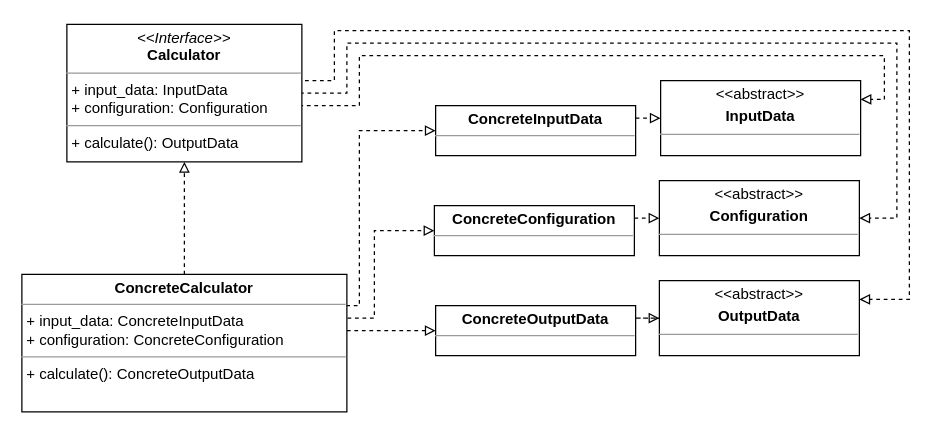
Before: page "Страница 2" (2 of 2) of master/sources/diploma/architecture/diagrams/math/classes.drawio in stalker-fc/diploma, a draw.io diagram. Source tidied: cells renumbered, new cells numbered last; positions are measured from the earlier drawing's top-left corner, leaving out a move shared by most shapes. Both pictures are drawn from the tidied source at 125%, with x=0, y=0 at pixel (21, 24).
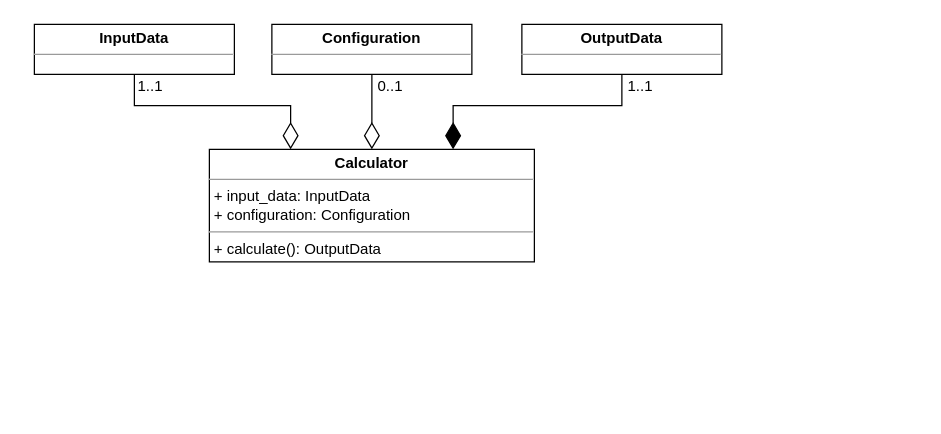
Above is the later version.

Commit message (it also covers changes not shown here):
update diagrams for architecture

The edit, as a diff of the source:
```diff
@@
-    <mxCell id="2" style="edgeStyle=orthogonalEdgeStyle;rounded=0;jettySize=auto;html=1;exitX=1;exitY=0.25;exitDx=0;exitDy=0;entryX=0;entryY=0.5;entryDx=0;entryDy=0;dashed=1;endArrow=block;endFill=0;" parent="1" edge="1" source="3" target="8">
-      <mxGeometry relative="1" as="geometry" />
-    </mxCell>
+    <mxCell id="20" style="edgeStyle=orthogonalEdgeStyle;rounded=0;jettySize=auto;html=1;exitX=0.5;exitY=1;exitDx=0;exitDy=0;entryX=0.25;entryY=0;entryDx=0;entryDy=0;endArrow=diamondThin;endFill=0;endSize=19;" parent="1" edge="1" source="3" target="13">
+      <mxGeometry relative="1" as="geometry" />
+    </mxCell>
-    <mxCell id="3" value="&lt;p style=&quot;margin: 0px ; margin-top: 4px ; text-align: center&quot;&gt;&lt;b&gt;ConcreteInputData&lt;/b&gt;&lt;br&gt;&lt;/p&gt;&lt;hr size=&quot;1&quot;&gt;&lt;p style=&quot;margin: 0px ; margin-left: 4px&quot;&gt;&lt;br&gt;&lt;/p&gt;" style="verticalAlign=top;align=left;overflow=fill;fontSize=12;fontFamily=Helvetica;html=1;rounded=0;shadow=0;comic=0;labelBackgroundColor=none;strokeWidth=1;" parent="1" vertex="1">
-      <mxGeometry x="331" y="65" width="160" height="40" as="geometry" />
+    <mxCell id="3" value="&lt;p style=&quot;margin: 0px ; margin-top: 4px ; text-align: center&quot;&gt;&lt;b&gt;InputData&lt;/b&gt;&lt;br&gt;&lt;/p&gt;&lt;hr size=&quot;1&quot;&gt;&lt;p style=&quot;margin: 0px ; margin-left: 4px&quot;&gt;&lt;br&gt;&lt;/p&gt;" style="verticalAlign=top;align=left;overflow=fill;fontSize=12;fontFamily=Helvetica;html=1;rounded=0;shadow=0;comic=0;labelBackgroundColor=none;strokeWidth=1;" parent="1" vertex="1">
+      <mxGeometry x="10" width="160" height="40" as="geometry" />
     </mxCell>
-    <mxCell id="4" style="edgeStyle=orthogonalEdgeStyle;rounded=0;jettySize=auto;html=1;exitX=1;exitY=0.5;exitDx=0;exitDy=0;entryX=1;entryY=0.25;entryDx=0;entryDy=0;dashed=1;endArrow=block;endFill=0;" parent="1" edge="1" source="7" target="8">
-      <mxGeometry relative="1" as="geometry">
-        <Array as="points">
-          <mxPoint x="198" y="65" />
-          <mxPoint x="270" y="65" />
-          <mxPoint x="270" y="25" />
-          <mxPoint x="690" y="25" />
-          <mxPoint x="690" y="60" />
-        </Array>
-      </mxGeometry>
-    </mxCell>
-    <mxCell id="5" style="edgeStyle=orthogonalEdgeStyle;rounded=0;jettySize=auto;html=1;exitX=1;exitY=0.25;exitDx=0;exitDy=0;entryX=1;entryY=0.5;entryDx=0;entryDy=0;dashed=1;endArrow=block;endFill=0;" parent="1" edge="1" source="7" target="19">
-      <mxGeometry relative="1" as="geometry">
-        <Array as="points">
-          <mxPoint x="198" y="55" />
-          <mxPoint x="260" y="55" />
-          <mxPoint x="260" y="15" />
-          <mxPoint x="700" y="15" />
-          <mxPoint x="700" y="155" />
-        </Array>
-      </mxGeometry>
-    </mxCell>
-    <mxCell id="6" style="edgeStyle=orthogonalEdgeStyle;rounded=0;jettySize=auto;html=1;exitX=1;exitY=0.25;exitDx=0;exitDy=0;entryX=1;entryY=0.25;entryDx=0;entryDy=0;dashed=1;endArrow=block;endFill=0;" parent="1" edge="1" source="7" target="16">
-      <mxGeometry relative="1" as="geometry">
-        <Array as="points">
-          <mxPoint x="198" y="45" />
-          <mxPoint x="250" y="45" />
-          <mxPoint x="250" y="5" />
-          <mxPoint x="710" y="5" />
-          <mxPoint x="710" y="220" />
-        </Array>
-      </mxGeometry>
-    </mxCell>
-    <mxCell id="7" value="&lt;p style=&quot;margin: 0px ; margin-top: 4px ; text-align: center&quot;&gt;&lt;i&gt;&amp;lt;&amp;lt;Interface&amp;gt;&amp;gt;&lt;/i&gt;&lt;br&gt;&lt;b&gt;Calculator&lt;/b&gt;&lt;br&gt;&lt;/p&gt;&lt;hr size=&quot;1&quot;&gt;&lt;p style=&quot;margin: 0px ; margin-left: 4px&quot;&gt;+ input_data: InputData&lt;br&gt;&lt;/p&gt;&lt;p style=&quot;margin: 0px ; margin-left: 4px&quot;&gt;+ configuration: Configuration&lt;/p&gt;&lt;hr size=&quot;1&quot;&gt;&lt;p style=&quot;margin: 0px ; margin-left: 4px&quot;&gt;+ calculate(): OutputData&lt;/p&gt;" style="verticalAlign=top;align=left;overflow=fill;fontSize=12;fontFamily=Helvetica;html=1;rounded=0;shadow=0;comic=0;labelBackgroundColor=none;strokeWidth=1;" parent="1" vertex="1">
-      <mxGeometry x="36" width="188" height="110" as="geometry" />
-    </mxCell>
-    <mxCell id="8" value="&lt;p style=&quot;margin: 0px ; margin-top: 4px ; text-align: center&quot;&gt;&amp;lt;&amp;lt;abstract&amp;gt;&amp;gt;&lt;/p&gt;&lt;p style=&quot;margin: 0px ; margin-top: 4px ; text-align: center&quot;&gt;&lt;b&gt;InputData&lt;/b&gt;&lt;br&gt;&lt;/p&gt;&lt;hr size=&quot;1&quot;&gt;&lt;p style=&quot;margin: 0px ; margin-left: 4px&quot;&gt;&lt;br&gt;&lt;/p&gt;" style="verticalAlign=top;align=left;overflow=fill;fontSize=12;fontFamily=Helvetica;html=1;rounded=0;shadow=0;comic=0;labelBackgroundColor=none;strokeWidth=1;" parent="1" vertex="1">
-      <mxGeometry x="511" y="45" width="160" height="60" as="geometry" />
-    </mxCell>
-    <mxCell id="9" style="edgeStyle=orthogonalEdgeStyle;rounded=0;jettySize=auto;html=1;exitX=0.5;exitY=0;exitDx=0;exitDy=0;entryX=0.5;entryY=1;entryDx=0;entryDy=0;endArrow=block;endFill=0;dashed=1;" parent="1" edge="1" source="13" target="7">
-      <mxGeometry relative="1" as="geometry" />
-    </mxCell>
-    <mxCell id="10" style="edgeStyle=orthogonalEdgeStyle;rounded=0;jettySize=auto;html=1;exitX=1;exitY=0.25;exitDx=0;exitDy=0;entryX=0;entryY=0.5;entryDx=0;entryDy=0;dashed=1;endArrow=block;endFill=0;" parent="1" edge="1" source="13" target="3">
-      <mxGeometry relative="1" as="geometry">
-        <Array as="points">
-          <mxPoint x="234" y="225" />
-          <mxPoint x="270" y="225" />
-          <mxPoint x="270" y="85" />
-        </Array>
-      </mxGeometry>
-    </mxCell>
-    <mxCell id="11" style="edgeStyle=orthogonalEdgeStyle;rounded=0;jettySize=auto;html=1;dashed=1;endArrow=block;endFill=0;" parent="1" edge="1" source="13" target="15">
-      <mxGeometry relative="1" as="geometry">
-        <Array as="points">
-          <mxPoint x="270" y="245" />
-          <mxPoint x="270" y="245" />
-        </Array>
-      </mxGeometry>
-    </mxCell>
-    <mxCell id="12" style="edgeStyle=orthogonalEdgeStyle;rounded=0;jettySize=auto;html=1;exitX=1;exitY=0.25;exitDx=0;exitDy=0;entryX=0;entryY=0.5;entryDx=0;entryDy=0;dashed=1;endArrow=block;endFill=0;" parent="1" edge="1" source="13" target="18">
-      <mxGeometry relative="1" as="geometry">
-        <Array as="points">
-          <mxPoint x="234" y="235" />
-          <mxPoint x="282" y="235" />
-          <mxPoint x="282" y="165" />
-        </Array>
-      </mxGeometry>
-    </mxCell>
-    <mxCell id="13" value="&lt;p style=&quot;margin: 0px ; margin-top: 4px ; text-align: center&quot;&gt;&lt;b&gt;ConcreteCalculator&lt;/b&gt;&lt;br&gt;&lt;/p&gt;&lt;hr size=&quot;1&quot;&gt;&lt;p style=&quot;margin: 0px ; margin-left: 4px&quot;&gt;+ input_data: ConcreteInputData&lt;br&gt;&lt;/p&gt;&lt;p style=&quot;margin: 0px ; margin-left: 4px&quot;&gt;+ configuration: ConcreteConfiguration&lt;/p&gt;&lt;hr size=&quot;1&quot;&gt;&lt;p style=&quot;margin: 0px ; margin-left: 4px&quot;&gt;+ calculate(): ConcreteOutputData&lt;/p&gt;" style="verticalAlign=top;align=left;overflow=fill;fontSize=12;fontFamily=Helvetica;html=1;rounded=0;shadow=0;comic=0;labelBackgroundColor=none;strokeWidth=1;" parent="1" vertex="1">
-      <mxGeometry y="200" width="260" height="110" as="geometry" />
+    <mxCell id="13" value="&lt;p style=&quot;margin: 0px ; margin-top: 4px ; text-align: center&quot;&gt;&lt;b&gt;Calculator&lt;/b&gt;&lt;br&gt;&lt;/p&gt;&lt;hr size=&quot;1&quot;&gt;&lt;p style=&quot;margin: 0px ; margin-left: 4px&quot;&gt;+ input_data: InputData&lt;br&gt;&lt;/p&gt;&lt;p style=&quot;margin: 0px ; margin-left: 4px&quot;&gt;+ configuration: Configuration&lt;/p&gt;&lt;hr size=&quot;1&quot;&gt;&lt;p style=&quot;margin: 0px ; margin-left: 4px&quot;&gt;+ calculate(): OutputData&lt;/p&gt;" style="verticalAlign=top;align=left;overflow=fill;fontSize=12;fontFamily=Helvetica;html=1;rounded=0;shadow=0;comic=0;labelBackgroundColor=none;strokeWidth=1;" parent="1" vertex="1">
+      <mxGeometry x="150" y="100" width="260" height="90" as="geometry" />
     </mxCell>
-    <mxCell id="14" style="edgeStyle=orthogonalEdgeStyle;rounded=0;jettySize=auto;html=1;exitX=1;exitY=0.25;exitDx=0;exitDy=0;dashed=1;endArrow=block;endFill=0;" parent="1" edge="1" source="15" target="16">
-      <mxGeometry relative="1" as="geometry" />
-    </mxCell>
+    <mxCell id="21" style="edgeStyle=orthogonalEdgeStyle;rounded=0;jettySize=auto;html=1;exitX=0.5;exitY=1;exitDx=0;exitDy=0;entryX=0.75;entryY=0;entryDx=0;entryDy=0;endArrow=diamondThin;endFill=1;endSize=19;" parent="1" edge="1" source="15" target="13">
+      <mxGeometry relative="1" as="geometry" />
+    </mxCell>
-    <mxCell id="15" value="&lt;p style=&quot;margin: 0px ; margin-top: 4px ; text-align: center&quot;&gt;&lt;b&gt;ConcreteOutputData&lt;/b&gt;&lt;br&gt;&lt;/p&gt;&lt;hr size=&quot;1&quot;&gt;&lt;p style=&quot;margin: 0px ; margin-left: 4px&quot;&gt;&lt;br&gt;&lt;/p&gt;" style="verticalAlign=top;align=left;overflow=fill;fontSize=12;fontFamily=Helvetica;html=1;rounded=0;shadow=0;comic=0;labelBackgroundColor=none;strokeWidth=1;" parent="1" vertex="1">
-      <mxGeometry x="331" y="225" width="160" height="40" as="geometry" />
+    <mxCell id="15" value="&lt;p style=&quot;margin: 0px ; margin-top: 4px ; text-align: center&quot;&gt;&lt;b&gt;OutputData&lt;/b&gt;&lt;br&gt;&lt;/p&gt;&lt;hr size=&quot;1&quot;&gt;&lt;p style=&quot;margin: 0px ; margin-left: 4px&quot;&gt;&lt;br&gt;&lt;/p&gt;" style="verticalAlign=top;align=left;overflow=fill;fontSize=12;fontFamily=Helvetica;html=1;rounded=0;shadow=0;comic=0;labelBackgroundColor=none;strokeWidth=1;" parent="1" vertex="1">
+      <mxGeometry x="400" width="160" height="40" as="geometry" />
     </mxCell>
-    <mxCell id="16" value="&lt;p style=&quot;margin: 4px 0px 0px ; text-align: center&quot;&gt;&amp;lt;&amp;lt;abstract&amp;gt;&amp;gt;&lt;/p&gt;&lt;p style=&quot;margin: 0px ; margin-top: 4px ; text-align: center&quot;&gt;&lt;b&gt;OutputData&lt;/b&gt;&lt;br&gt;&lt;/p&gt;&lt;hr size=&quot;1&quot;&gt;&lt;p style=&quot;margin: 0px ; margin-left: 4px&quot;&gt;&lt;br&gt;&lt;/p&gt;" style="verticalAlign=top;align=left;overflow=fill;fontSize=12;fontFamily=Helvetica;html=1;rounded=0;shadow=0;comic=0;labelBackgroundColor=none;strokeWidth=1;" parent="1" vertex="1">
-      <mxGeometry x="510" y="205" width="160" height="60" as="geometry" />
-    </mxCell>
-    <mxCell id="17" style="edgeStyle=orthogonalEdgeStyle;rounded=0;jettySize=auto;html=1;exitX=1;exitY=0.25;exitDx=0;exitDy=0;entryX=0;entryY=0.5;entryDx=0;entryDy=0;dashed=1;endArrow=block;endFill=0;" parent="1" edge="1" source="18" target="19">
-      <mxGeometry relative="1" as="geometry" />
-    </mxCell>
+    <mxCell id="22" style="edgeStyle=none;rounded=0;jettySize=auto;html=1;exitX=0.5;exitY=1;exitDx=0;exitDy=0;entryX=0.5;entryY=0;entryDx=0;entryDy=0;endArrow=diamondThin;endFill=0;endSize=19;strokeWidth=1;" parent="1" edge="1" source="18" target="13">
+      <mxGeometry relative="1" as="geometry" />
+    </mxCell>
-    <mxCell id="18" value="&lt;p style=&quot;margin: 0px ; margin-top: 4px ; text-align: center&quot;&gt;&lt;b&gt;ConcreteConfiguration&lt;/b&gt;&lt;br&gt;&lt;/p&gt;&lt;hr size=&quot;1&quot;&gt;&lt;p style=&quot;margin: 0px ; margin-left: 4px&quot;&gt;&lt;br&gt;&lt;/p&gt;" style="verticalAlign=top;align=left;overflow=fill;fontSize=12;fontFamily=Helvetica;html=1;rounded=0;shadow=0;comic=0;labelBackgroundColor=none;strokeWidth=1;" parent="1" vertex="1">
-      <mxGeometry x="330" y="145" width="160" height="40" as="geometry" />
+    <mxCell id="18" value="&lt;p style=&quot;margin: 0px ; margin-top: 4px ; text-align: center&quot;&gt;&lt;b&gt;Configuration&lt;/b&gt;&lt;br&gt;&lt;/p&gt;&lt;hr size=&quot;1&quot;&gt;&lt;p style=&quot;margin: 0px ; margin-left: 4px&quot;&gt;&lt;br&gt;&lt;/p&gt;" style="verticalAlign=top;align=left;overflow=fill;fontSize=12;fontFamily=Helvetica;html=1;rounded=0;shadow=0;comic=0;labelBackgroundColor=none;strokeWidth=1;" parent="1" vertex="1">
+      <mxGeometry x="200" width="160" height="40" as="geometry" />
     </mxCell>
-    <mxCell id="19" value="&lt;p style=&quot;margin: 4px 0px 0px ; text-align: center&quot;&gt;&amp;lt;&amp;lt;abstract&amp;gt;&amp;gt;&lt;/p&gt;&lt;p style=&quot;margin: 0px ; margin-top: 4px ; text-align: center&quot;&gt;&lt;b&gt;Configuration&lt;/b&gt;&lt;br&gt;&lt;/p&gt;&lt;hr size=&quot;1&quot;&gt;&lt;p style=&quot;margin: 0px ; margin-left: 4px&quot;&gt;&lt;br&gt;&lt;/p&gt;" style="verticalAlign=top;align=left;overflow=fill;fontSize=12;fontFamily=Helvetica;html=1;rounded=0;shadow=0;comic=0;labelBackgroundColor=none;strokeWidth=1;" parent="1" vertex="1">
-      <mxGeometry x="510" y="125" width="160" height="60" as="geometry" />
-    </mxCell>
+    <mxCell id="23" value="1..1" style="text;html=1;strokeColor=none;fillColor=none;align=center;verticalAlign=middle;whiteSpace=wrap;rounded=0;" parent="1" vertex="1">
+      <mxGeometry x="93" y="40" width="20" height="20" as="geometry" />
+    </mxCell>
+    <mxCell id="24" value="0..1" style="text;html=1;strokeColor=none;fillColor=none;align=center;verticalAlign=middle;whiteSpace=wrap;rounded=0;" parent="1" vertex="1">
+      <mxGeometry x="280" y="40" width="30" height="20" as="geometry" />
+    </mxCell>
+    <mxCell id="25" value="1..1" style="text;html=1;strokeColor=none;fillColor=none;align=center;verticalAlign=middle;whiteSpace=wrap;rounded=0;" parent="1" vertex="1">
+      <mxGeometry x="480" y="40" width="30" height="20" as="geometry" />
+    </mxCell>
```
